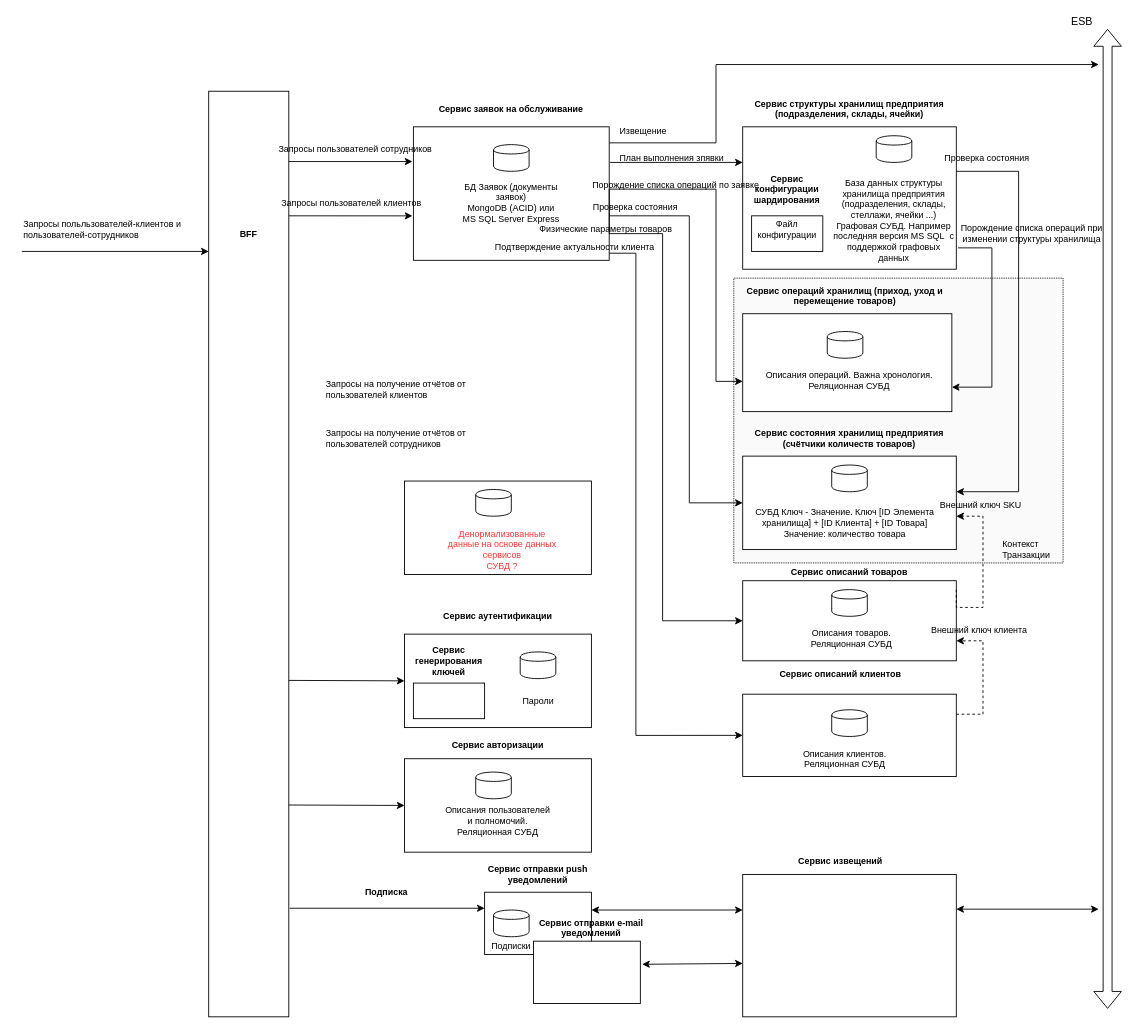
Before: apw (21).drawio in Kiselb/Software-Architect-2019-11, a draw.io diagram. Source tidied: cells renumbered, new cells numbered last; positions are measured from the earlier drawing's top-left corner, leaving out a move shared by most shapes. Both pictures are drawn from the tidied source at 89%, with x=0, y=0 at pixel (21, 28).
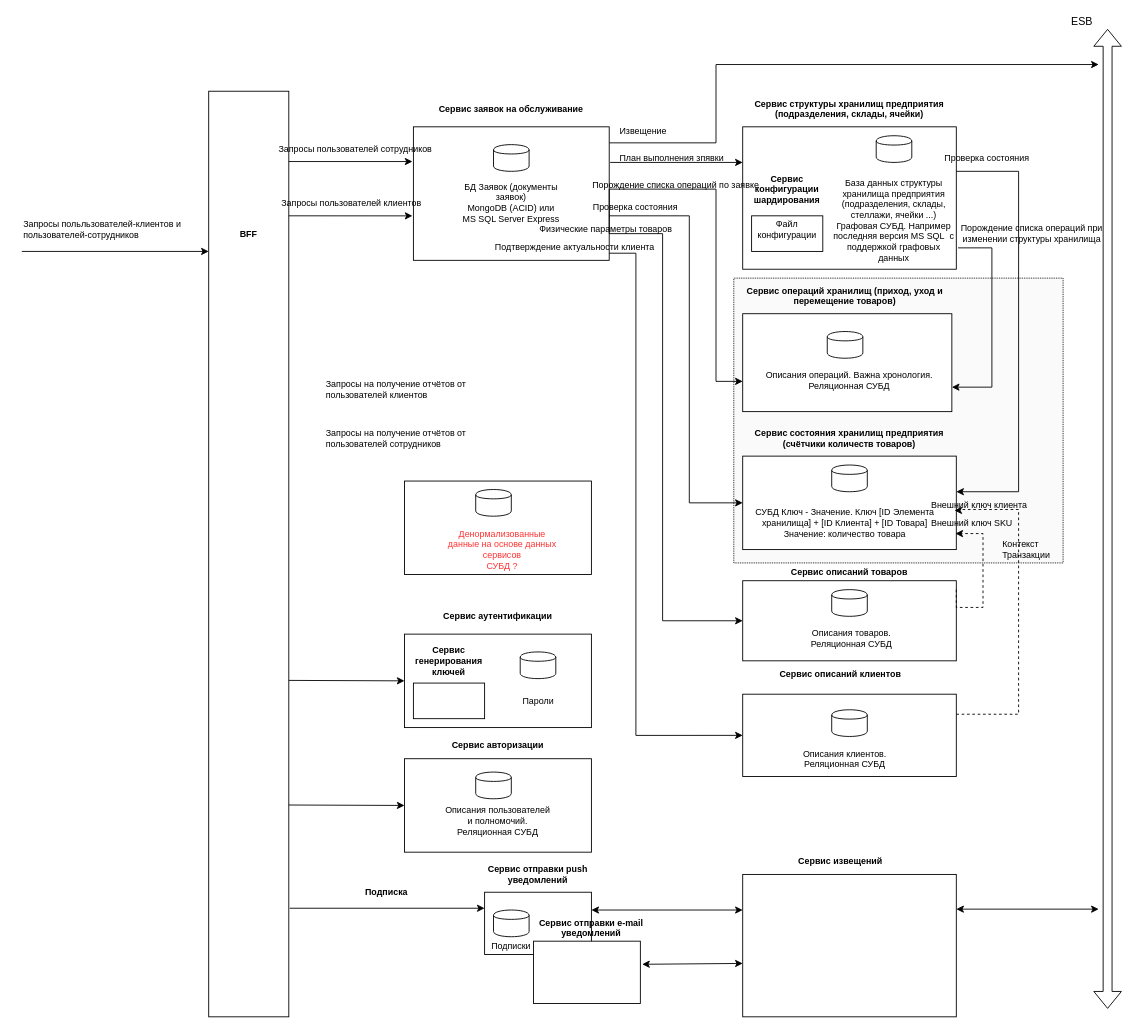
The same page after the edit.

Unchanged cells that the change refers to:
```xml
<mxCell id="17" style="rounded=0;whiteSpace=wrap;html=1;fontSize=10;" parent="1" vertex="1">
  <mxGeometry x="810" y="480" width="240" height="105" as="geometry" />
</mxCell>
<mxCell id="21" style="rounded=0;whiteSpace=wrap;html=1;fontSize=10;" parent="1" vertex="1">
  <mxGeometry x="810" y="620" width="240" height="90" as="geometry" />
</mxCell>
<mxCell id="26" style="rounded=0;whiteSpace=wrap;html=1;fontSize=10;" parent="1" vertex="1">
  <mxGeometry x="810" y="747.5" width="240" height="92.5" as="geometry" />
</mxCell>
```

The edit, as a diff of the source:
```diff
@@
-    <mxCell id="25" style="edgeStyle=orthogonalEdgeStyle;rounded=0;jettySize=auto;html=1;entryX=1;entryY=0.75;entryDx=0;entryDy=0;dashed=1;" parent="1" edge="1" source="26" target="21">
+    <mxCell id="25" style="edgeStyle=orthogonalEdgeStyle;rounded=0;jettySize=auto;html=1;entryX=0.147;entryY=0.033;entryDx=0;entryDy=0;dashed=1;entryPerimeter=0;" parent="1" edge="1" source="26" target="77">
       <mxGeometry relative="1" as="geometry">
         <Array as="points">
-          <mxPoint x="1080" y="770" />
-          <mxPoint x="1080" y="688" />
+          <mxPoint x="1120" y="770" />
+          <mxPoint x="1120" y="540" />
+          <mxPoint x="1050" y="540" />
+          <mxPoint x="1050" y="541" />
         </Array>
       </mxGeometry>
     </mxCell>
@@
     <mxCell id="75" value="Внешний ключ клиента" style="text;html=1;strokeColor=none;fillColor=none;align=left;verticalAlign=middle;whiteSpace=wrap;rounded=0;fontSize=10;" parent="1" vertex="1">
-      <mxGeometry x="1020" y="660" width="190" height="30" as="geometry" />
+      <mxGeometry x="1020" y="520" width="190" height="30" as="geometry" />
     </mxCell>
-    <mxCell id="76" style="edgeStyle=orthogonalEdgeStyle;rounded=0;orthogonalLoop=1;jettySize=auto;html=1;entryX=1;entryY=0.75;entryDx=0;entryDy=0;dashed=1;" parent="1" edge="1">
+    <mxCell id="76" style="edgeStyle=orthogonalEdgeStyle;rounded=0;jettySize=auto;html=1;entryX=0.996;entryY=0.829;entryDx=0;entryDy=0;dashed=1;entryPerimeter=0;" parent="1" edge="1" target="17">
       <mxGeometry relative="1" as="geometry">
         <mxPoint x="1050" y="630" as="sourcePoint" />
-        <mxPoint x="1050" y="547.5" as="targetPoint" />
         <Array as="points">
           <mxPoint x="1050" y="650" />
           <mxPoint x="1080" y="650" />
-          <mxPoint x="1080" y="548" />
+          <mxPoint x="1080" y="567" />
         </Array>
       </mxGeometry>
     </mxCell>
     <mxCell id="77" value="Внешний ключ SKU" style="text;html=1;strokeColor=none;fillColor=none;align=left;verticalAlign=middle;whiteSpace=wrap;rounded=0;fontSize=10;" parent="1" vertex="1">
-      <mxGeometry x="1030" y="520" width="190" height="30" as="geometry" />
+      <mxGeometry x="1020" y="540" width="190" height="30" as="geometry" />
     </mxCell>
```
